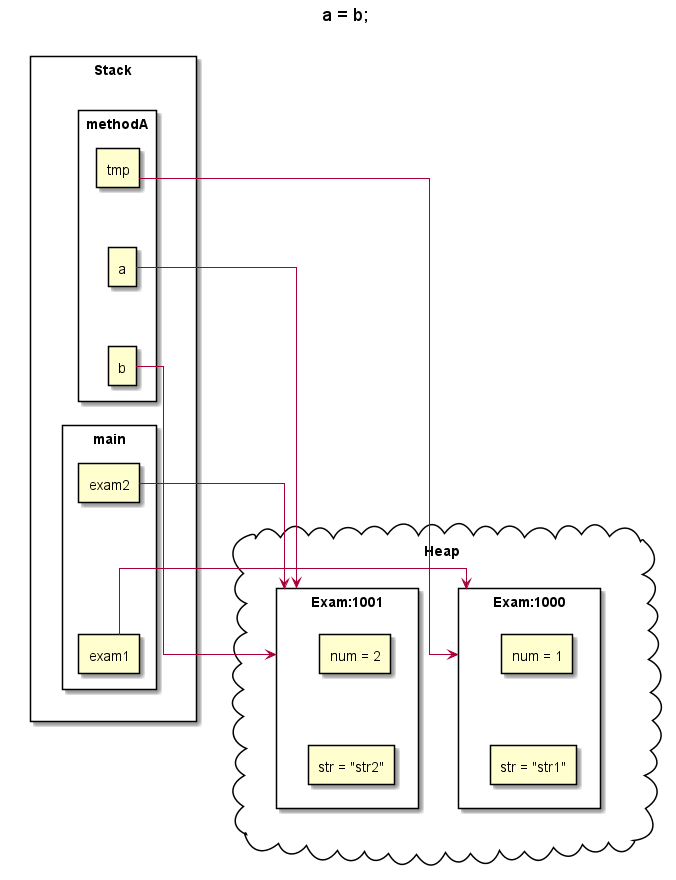
Before: img/java/concept_memorymanagement_34.png, a diagram exported from PlantUML (windowforsun/blog).
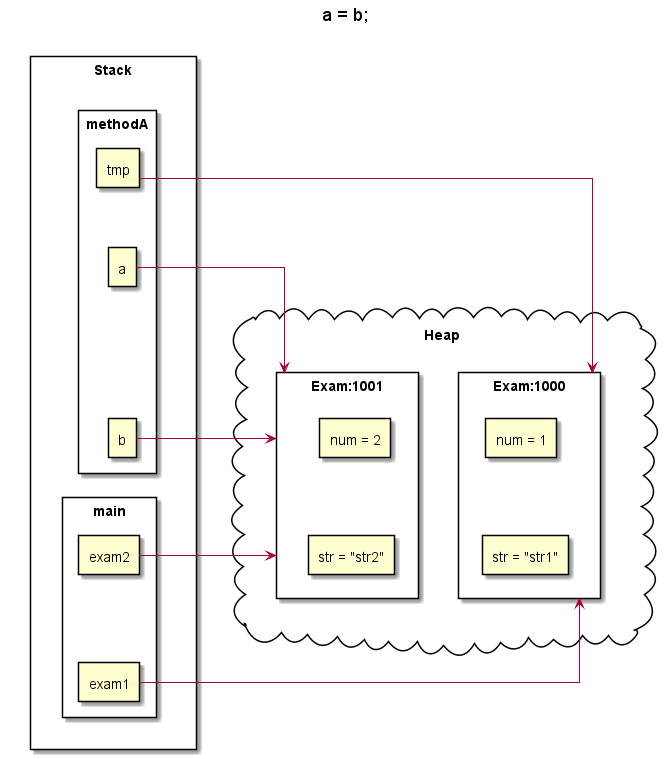
Later version of the same file.

What changed in the source:
```diff
@@ -40,10 +40,10 @@
 
 Stack -[hidden]r-Heap
 
-exam1 -r-> Exam1000
+exam1 -u-> Exam1000
 exam2 -r-> Exam1001
-a -r-> Exam1001
+a -u-> Exam1001
 b -r-> Exam1001
-tmp -r-> Exam1000
+tmp -u-> Exam1000
 
 @enduml
```
